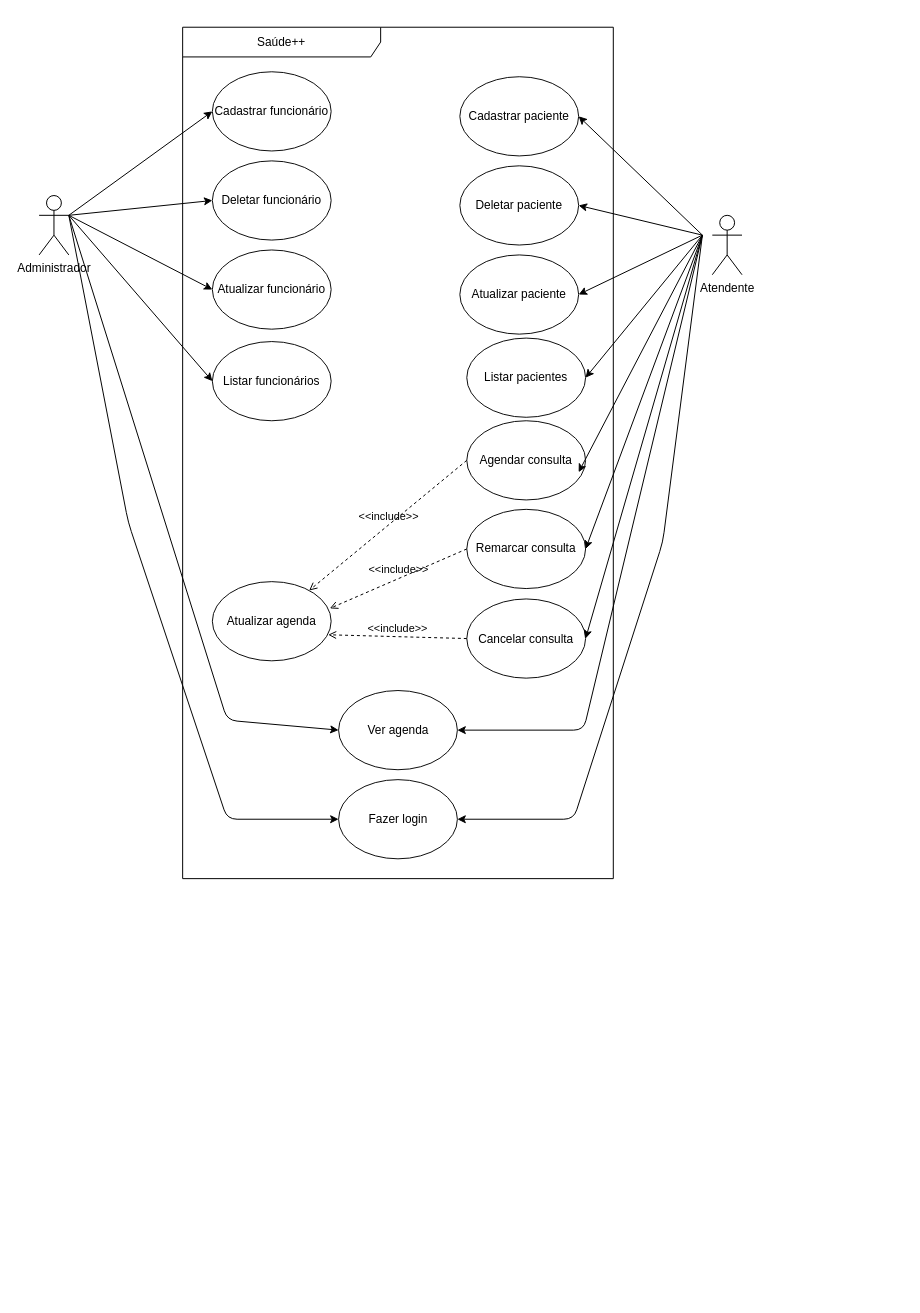
Earlier version of the draw.io diagram Diagrama_casos_de_uso.drawio (psdsantos/Saudepp). Source tidied: cells renumbered, new cells numbered last; positions are measured from the earlier drawing's top-left corner, leaving out a move shared by most shapes. Both pictures are drawn from the tidied source at 99%, with x=0, y=0 at pixel (39, 27).
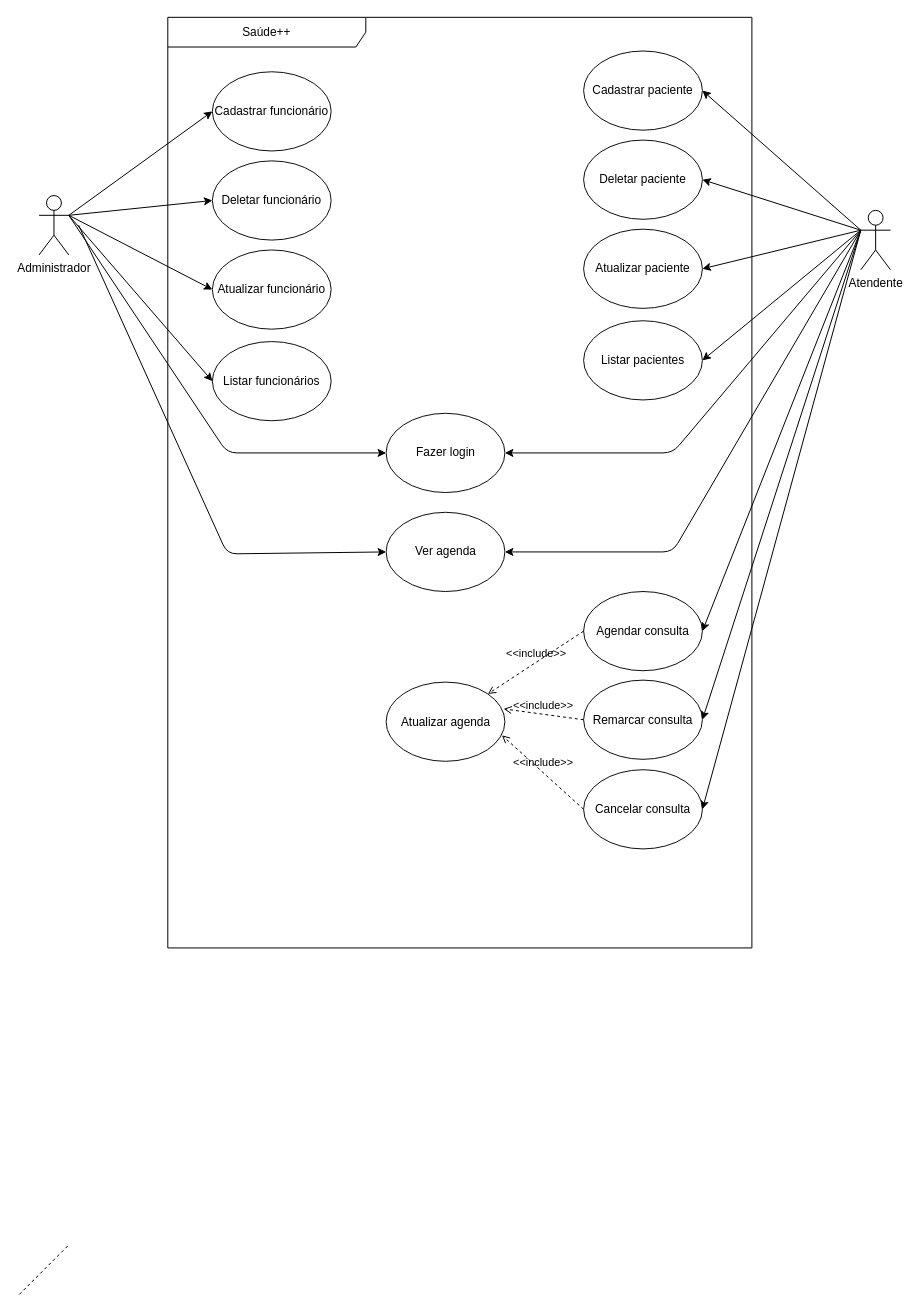
After the change.

What changed in the source:
```diff
@@
     <mxCell id="3" value="&lt;font&gt;Saúde++&lt;/font&gt;" style="shape=umlFrame;whiteSpace=wrap;html=1;strokeWidth=1;fillColor=none;width=200;height=30;fontColor=#000000;strokeColor=#000000;" parent="1" vertex="1">
-      <mxGeometry x="145" width="435" height="860" as="geometry" />
+      <mxGeometry x="130" y="-10" width="590" height="940" as="geometry" />
     </mxCell>
@@
     <mxCell id="10" value="Cadastrar paciente" style="ellipse;whiteSpace=wrap;html=1;fillColor=none;strokeColor=#0D0D0D;fontColor=#000000;" parent="1" vertex="1">
-      <mxGeometry x="425" y="50" width="120" height="80" as="geometry" />
+      <mxGeometry x="550" y="24" width="120" height="80" as="geometry" />
     </mxCell>
     <mxCell id="11" value="Deletar paciente" style="ellipse;whiteSpace=wrap;html=1;fillColor=none;strokeColor=#0D0D0D;fontColor=#000000;" parent="1" vertex="1">
-      <mxGeometry x="425" y="140" width="120" height="80" as="geometry" />
+      <mxGeometry x="550" y="114" width="120" height="80" as="geometry" />
     </mxCell>
     <mxCell id="12" value="Atualizar paciente" style="ellipse;whiteSpace=wrap;html=1;fillColor=none;strokeColor=#0D0D0D;fontColor=#000000;" parent="1" vertex="1">
-      <mxGeometry x="425" y="230" width="120" height="80" as="geometry" />
+      <mxGeometry x="550" y="204" width="120" height="80" as="geometry" />
     </mxCell>
-    <mxCell id="13" style="endArrow=classic;html=1;fontColor=#000000;entryX=1;entryY=0.5;entryDx=0;entryDy=0;" parent="1" edge="1" target="10">
-      <mxGeometry relative="1" as="geometry">
-        <mxPoint x="670" y="210" as="sourcePoint" />
-      </mxGeometry>
+    <mxCell id="13" style="endArrow=classic;html=1;fontColor=#000000;entryX=1;entryY=0.5;entryDx=0;entryDy=0;exitX=0;exitY=0.3333333333333333;exitDx=0;exitDy=0;exitPerimeter=0;" parent="1" edge="1" source="17" target="10">
+      <mxGeometry relative="1" as="geometry" />
     </mxCell>
-    <mxCell id="14" style="endArrow=classic;html=1;fontColor=#000000;entryX=1;entryY=0.5;entryDx=0;entryDy=0;" parent="1" edge="1" target="11">
-      <mxGeometry relative="1" as="geometry">
-        <mxPoint x="670" y="210" as="sourcePoint" />
-      </mxGeometry>
+    <mxCell id="14" style="endArrow=classic;html=1;fontColor=#000000;entryX=1;entryY=0.5;entryDx=0;entryDy=0;exitX=0;exitY=0.3333333333333333;exitDx=0;exitDy=0;exitPerimeter=0;" parent="1" edge="1" source="17" target="11">
+      <mxGeometry relative="1" as="geometry" />
     </mxCell>
-    <mxCell id="15" style="endArrow=classic;html=1;fontColor=#000000;entryX=1;entryY=0.5;entryDx=0;entryDy=0;" parent="1" edge="1" target="28">
-      <mxGeometry relative="1" as="geometry">
-        <mxPoint x="670" y="210" as="sourcePoint" />
-      </mxGeometry>
+    <mxCell id="15" style="endArrow=classic;html=1;fontColor=#000000;entryX=1;entryY=0.5;entryDx=0;entryDy=0;exitX=0;exitY=0.3333333333333333;exitDx=0;exitDy=0;exitPerimeter=0;" parent="1" edge="1" source="17" target="28">
+      <mxGeometry relative="1" as="geometry" />
     </mxCell>
-    <mxCell id="16" style="endArrow=classic;html=1;fontColor=#000000;entryX=1;entryY=0.5;entryDx=0;entryDy=0;" parent="1" edge="1" target="12">
-      <mxGeometry relative="1" as="geometry">
-        <mxPoint x="670" y="210" as="sourcePoint" />
-      </mxGeometry>
+    <mxCell id="16" style="endArrow=classic;html=1;fontColor=#000000;entryX=1;entryY=0.5;entryDx=0;entryDy=0;exitX=0;exitY=0.3333333333333333;exitDx=0;exitDy=0;exitPerimeter=0;" parent="1" edge="1" source="17" target="12">
+      <mxGeometry relative="1" as="geometry" />
     </mxCell>
     <mxCell id="17" value="Atendente" style="shape=umlActor;verticalLabelPosition=bottom;labelBackgroundColor=#ffffff;verticalAlign=top;html=1;outlineConnect=0;" parent="1" vertex="1">
-      <mxGeometry x="680" y="190" width="30" height="60" as="geometry" />
+      <mxGeometry x="830" y="185" width="30" height="60" as="geometry" />
     </mxCell>
-    <mxCell id="18" style="endArrow=classic;html=1;fontColor=#000000;entryX=1;entryY=0.5;entryDx=0;entryDy=0;" parent="1" edge="1" target="24">
-      <mxGeometry relative="1" as="geometry">
-        <mxPoint x="670" y="210" as="sourcePoint" />
-      </mxGeometry>
+    <mxCell id="18" style="endArrow=classic;html=1;fontColor=#000000;entryX=1;entryY=0.5;entryDx=0;entryDy=0;exitX=0;exitY=0.3333333333333333;exitDx=0;exitDy=0;exitPerimeter=0;" parent="1" edge="1" source="17" target="24">
+      <mxGeometry relative="1" as="geometry" />
     </mxCell>
-    <mxCell id="19" style="endArrow=classic;html=1;fontColor=#000000;entryX=1;entryY=0.5;entryDx=0;entryDy=0;" parent="1" edge="1">
-      <mxGeometry relative="1" as="geometry">
-        <mxPoint x="670" y="210" as="sourcePoint" />
-        <mxPoint x="545" y="449.5" as="targetPoint" />
-      </mxGeometry>
+    <mxCell id="19" style="endArrow=classic;html=1;fontColor=#000000;entryX=1;entryY=0.5;entryDx=0;entryDy=0;exitX=0;exitY=0.3333333333333333;exitDx=0;exitDy=0;exitPerimeter=0;" parent="1" edge="1" source="17" target="22">
+      <mxGeometry relative="1" as="geometry" />
     </mxCell>
     <mxCell id="20" value="Atualizar agenda" style="ellipse;whiteSpace=wrap;html=1;fillColor=none;strokeColor=#0D0D0D;fontColor=#000000;" parent="1" vertex="1">
-      <mxGeometry x="175" y="560" width="120" height="80" as="geometry" />
+      <mxGeometry x="350.5" y="661.5" width="120" height="80" as="geometry" />
     </mxCell>
@@
     <mxCell id="22" value="Agendar consulta" style="ellipse;whiteSpace=wrap;html=1;fillColor=none;strokeColor=#0D0D0D;fontColor=#000000;" parent="1" vertex="1">
-      <mxGeometry x="432" y="397.5" width="120" height="80" as="geometry" />
+      <mxGeometry x="550" y="570" width="120" height="80" as="geometry" />
     </mxCell>
     <mxCell id="23" value="Cancelar consulta" style="ellipse;whiteSpace=wrap;html=1;fillColor=none;strokeColor=#0D0D0D;fontColor=#000000;" parent="1" vertex="1">
-      <mxGeometry x="432" y="577.5" width="120" height="80" as="geometry" />
+      <mxGeometry x="550" y="750" width="120" height="80" as="geometry" />
     </mxCell>
     <mxCell id="24" value="Remarcar consulta" style="ellipse;whiteSpace=wrap;html=1;fillColor=none;strokeColor=#0D0D0D;fontColor=#000000;" parent="1" vertex="1">
-      <mxGeometry x="432" y="487" width="120" height="80" as="geometry" />
+      <mxGeometry x="550" y="659.5" width="120" height="80" as="geometry" />
     </mxCell>
@@
     <mxCell id="28" value="Listar pacientes" style="ellipse;whiteSpace=wrap;html=1;fillColor=none;strokeColor=#0D0D0D;fontColor=#000000;" parent="1" vertex="1">
-      <mxGeometry x="432" y="314" width="120" height="80" as="geometry" />
+      <mxGeometry x="550" y="296.5" width="120" height="80" as="geometry" />
     </mxCell>
@@
-    <mxCell id="30" style="endArrow=classic;html=1;fontColor=#000000;entryX=1;entryY=0.5;entryDx=0;entryDy=0;" parent="1" edge="1" target="23">
-      <mxGeometry relative="1" as="geometry">
-        <mxPoint x="670" y="210" as="sourcePoint" />
-      </mxGeometry>
+    <mxCell id="30" style="endArrow=classic;html=1;fontColor=#000000;entryX=1;entryY=0.5;entryDx=0;entryDy=0;exitX=0;exitY=0.3333333333333333;exitDx=0;exitDy=0;exitPerimeter=0;" parent="1" edge="1" source="17" target="23">
+      <mxGeometry relative="1" as="geometry" />
     </mxCell>
     <mxCell id="31" value="Ver agenda" style="ellipse;whiteSpace=wrap;html=1;fillColor=none;strokeColor=#0D0D0D;fontColor=#000000;" parent="1" vertex="1">
-      <mxGeometry x="302.5" y="670" width="120" height="80" as="geometry" />
+      <mxGeometry x="350.5" y="490" width="120" height="80" as="geometry" />
     </mxCell>
-    <mxCell id="32" style="endArrow=classic;html=1;fontColor=#000000;entryX=1;entryY=0.5;entryDx=0;entryDy=0;" parent="1" edge="1" target="31">
-      <mxGeometry relative="1" as="geometry">
-        <mxPoint x="670" y="210" as="sourcePoint" />
-        <Array as="points">
-          <mxPoint x="550" y="710" />
-        </Array>
-      </mxGeometry>
-    </mxCell>
-    <mxCell id="33" style="endArrow=classic;html=1;fontColor=#000000;entryX=0;entryY=0.5;entryDx=0;entryDy=0;" parent="1" edge="1" target="31">
-      <mxGeometry relative="1" as="geometry">
-        <mxPoint x="30" y="190" as="sourcePoint" />
-        <Array as="points">
-          <mxPoint x="190" y="700" />
-        </Array>
-      </mxGeometry>
-    </mxCell>
     <mxCell id="34" value="Fazer login" style="ellipse;whiteSpace=wrap;html=1;fillColor=none;strokeColor=#0D0D0D;fontColor=#000000;" parent="1" vertex="1">
-      <mxGeometry x="302.5" y="760" width="120" height="80" as="geometry" />
+      <mxGeometry x="350.5" y="390" width="120" height="80" as="geometry" />
     </mxCell>
-    <mxCell id="35" style="endArrow=classic;html=1;fontColor=#000000;entryX=1;entryY=0.5;entryDx=0;entryDy=0;" parent="1" edge="1" target="34">
-      <mxGeometry relative="1" as="geometry">
-        <mxPoint x="670" y="210" as="sourcePoint" />
-        <Array as="points">
-          <mxPoint x="630" y="520" />
-          <mxPoint x="540" y="800" />
-        </Array>
-      </mxGeometry>
-    </mxCell>
-    <mxCell id="36" style="endArrow=classic;html=1;fontColor=#000000;entryX=0;entryY=0.5;entryDx=0;entryDy=0;" parent="1" edge="1" target="34">
-      <mxGeometry relative="1" as="geometry">
-        <mxPoint x="30" y="190" as="sourcePoint" />
-        <Array as="points">
-          <mxPoint x="90" y="500" />
-          <mxPoint x="190" y="800" />
-        </Array>
-      </mxGeometry>
-    </mxCell>
+    <mxCell id="37" style="endArrow=classic;html=1;fontColor=#000000;entryX=1;entryY=0.5;entryDx=0;entryDy=0;exitX=0;exitY=0.3333333333333333;exitDx=0;exitDy=0;exitPerimeter=0;" parent="1" edge="1" source="17" target="31">
+      <mxGeometry relative="1" as="geometry">
+        <Array as="points">
+          <mxPoint x="640" y="530" />
+        </Array>
+      </mxGeometry>
+    </mxCell>
+    <mxCell id="38" style="endArrow=classic;html=1;fontColor=#000000;entryX=0;entryY=0.5;entryDx=0;entryDy=0;" parent="1" edge="1" target="34">
+      <mxGeometry relative="1" as="geometry">
+        <mxPoint x="30" y="190" as="sourcePoint" />
+        <Array as="points">
+          <mxPoint x="190" y="430" />
+        </Array>
+      </mxGeometry>
+    </mxCell>
+    <mxCell id="39" style="endArrow=classic;html=1;fontColor=#000000;entryX=0;entryY=0.5;entryDx=0;entryDy=0;" parent="1" edge="1" target="31">
+      <mxGeometry relative="1" as="geometry">
+        <mxPoint x="40" y="200" as="sourcePoint" />
+        <Array as="points">
+          <mxPoint x="190" y="532" />
+        </Array>
+      </mxGeometry>
+    </mxCell>
+    <mxCell id="40" style="endArrow=classic;html=1;entryX=1;entryY=0.5;entryDx=0;entryDy=0;exitX=0;exitY=0.3333333333333333;exitDx=0;exitDy=0;exitPerimeter=0;" parent="1" edge="1" source="17" target="34">
+      <mxGeometry relative="1" as="geometry">
+        <Array as="points">
+          <mxPoint x="640" y="430" />
+        </Array>
+      </mxGeometry>
+    </mxCell>
+    <mxCell id="41" style="endArrow=none;dashed=1;html=1;" parent="1" edge="1">
+      <mxGeometry relative="1" as="geometry">
+        <mxPoint x="-20" y="1280" as="sourcePoint" />
+        <mxPoint x="30" y="1230" as="targetPoint" />
+      </mxGeometry>
+    </mxCell>
```
